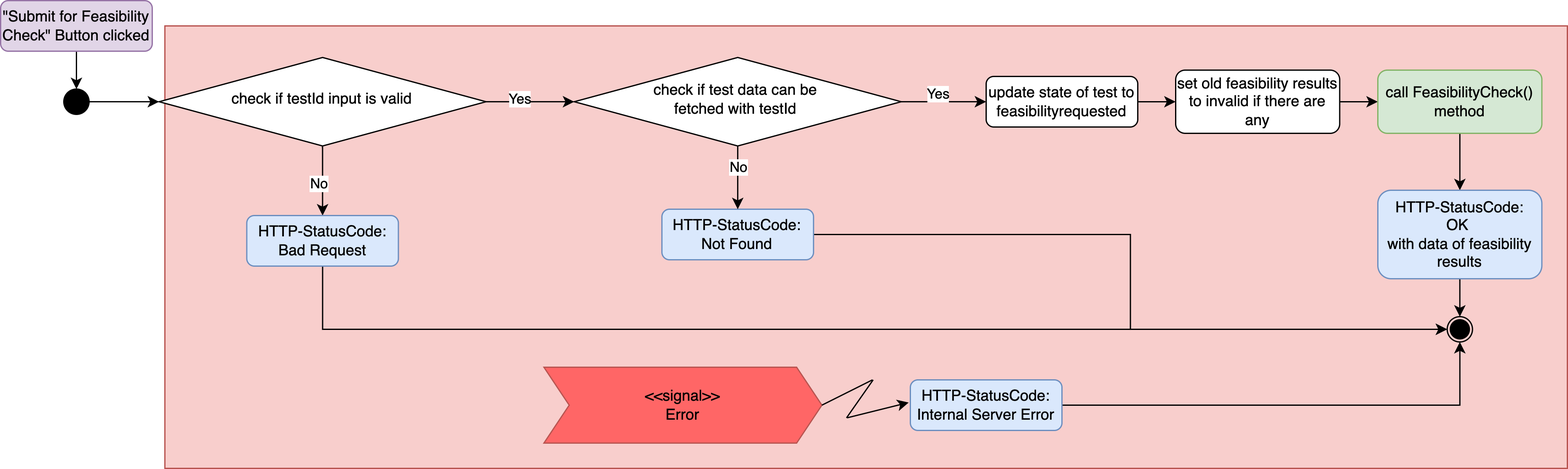
BenDektor/FeasibilityCheck keeps this draw.io diagram as bilder/flowchart-check-feasibility-http-call-6-2.png. Above is the earlier version. Source tidied: cells renumbered, new cells last; positions are measured from the earlier drawing's top-left corner, leaving out a move shared by most shapes.
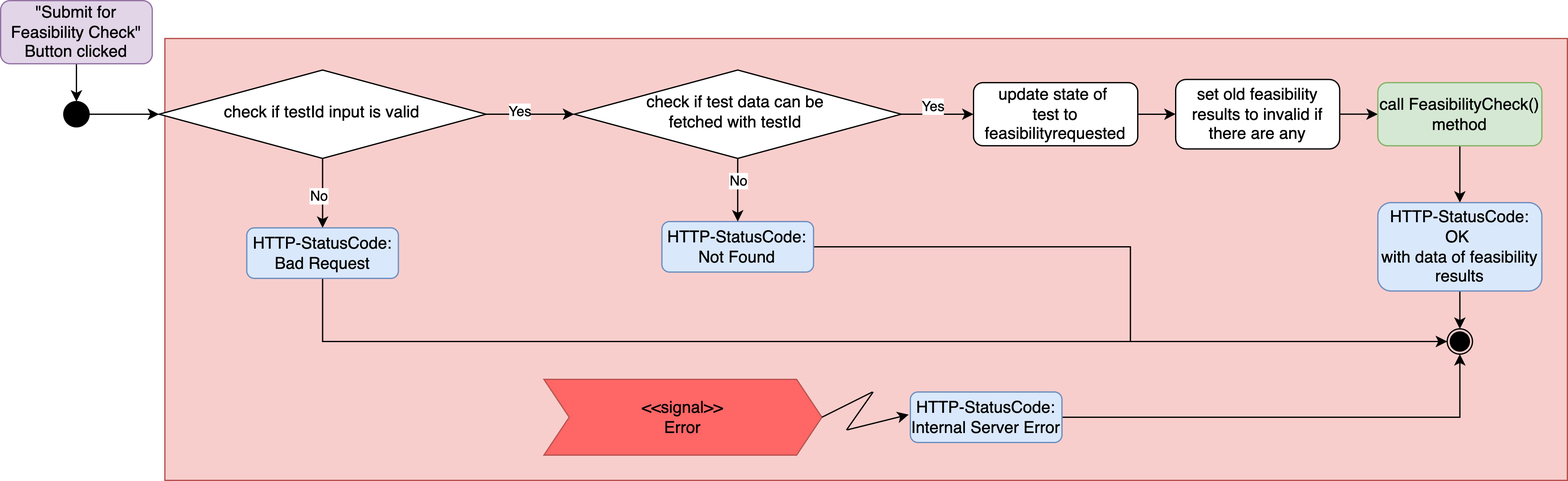
Above is the later version.

The edit, as a diff of the source:
```diff
@@ -8,8 +8,8 @@
     <mxCell id="3" style="edgeStyle=orthogonalEdgeStyle;rounded=0;jettySize=auto;html=1;" parent="1" edge="1" source="4" target="28">
       <mxGeometry relative="1" as="geometry" />
     </mxCell>
-    <mxCell id="4" value="&quot;Submit for Feasibility Check&quot; Button clicked" style="rounded=1;whiteSpace=wrap;html=1;fontSize=12;glass=0;strokeWidth=1;shadow=0;fillColor=#e1d5e7;strokeColor=#9673a6;" parent="1" vertex="1">
-      <mxGeometry width="120" height="40" as="geometry" />
+    <mxCell id="4" value="&lt;font style=&quot;font-size: 13px;&quot;&gt;&quot;Submit for Feasibility Check&quot; Button clicked&lt;/font&gt;" style="rounded=1;whiteSpace=wrap;html=1;fontSize=12;glass=0;strokeWidth=1;shadow=0;fillColor=#e1d5e7;strokeColor=#9673a6;" parent="1" vertex="1">
+      <mxGeometry y="-10" width="120" height="50" as="geometry" />
     </mxCell>
     <mxCell id="5" style="edgeStyle=orthogonalEdgeStyle;rounded=0;jettySize=auto;html=1;" parent="1" edge="1" source="9" target="20">
       <mxGeometry relative="1" as="geometry" />
@@ -23,7 +23,7 @@
     <mxCell id="8" value="No" style="edgeLabel;html=1;align=center;verticalAlign=middle;" parent="7" vertex="1">
       <mxGeometry x="0.08" y="-3" relative="1" as="geometry" />
     </mxCell>
-    <mxCell id="9" value="check if testId input is valid" style="rhombus;whiteSpace=wrap;html=1;shadow=0;fontFamily=Helvetica;fontSize=12;align=center;strokeWidth=1;spacing=6;spacingTop=-4;" parent="1" vertex="1">
+    <mxCell id="9" value="&lt;font style=&quot;font-size: 13px;&quot;&gt;check if testId input is valid&lt;/font&gt;" style="rhombus;whiteSpace=wrap;html=1;shadow=0;fontFamily=Helvetica;fontSize=12;align=center;strokeWidth=1;spacing=6;spacingTop=-4;" parent="1" vertex="1">
       <mxGeometry x="125.4" y="45" width="258.8" height="70" as="geometry" />
     </mxCell>
     <mxCell id="10" style="edgeStyle=orthogonalEdgeStyle;rounded=0;jettySize=auto;html=1;entryX=0;entryY=0.5;entryDx=0;entryDy=0;" parent="1" edge="1" source="11" target="30">
@@ -33,20 +33,20 @@
         </Array>
       </mxGeometry>
     </mxCell>
-    <mxCell id="11" value="HTTP-StatusCode: Bad Request" style="rounded=1;whiteSpace=wrap;html=1;fontSize=12;glass=0;strokeWidth=1;shadow=0;fillColor=#dae8fc;strokeColor=#6c8ebf;" parent="1" vertex="1">
+    <mxCell id="11" value="&lt;font style=&quot;font-size: 13px;&quot;&gt;HTTP-StatusCode: Bad Request&lt;/font&gt;" style="rounded=1;whiteSpace=wrap;html=1;fontSize=12;glass=0;strokeWidth=1;shadow=0;fillColor=#dae8fc;strokeColor=#6c8ebf;" parent="1" vertex="1">
       <mxGeometry x="194.8" y="170" width="120" height="40" as="geometry" />
     </mxCell>
     <mxCell id="12" style="edgeStyle=orthogonalEdgeStyle;rounded=0;jettySize=auto;html=1;entryX=0;entryY=0.5;entryDx=0;entryDy=0;" parent="1" edge="1" source="13" target="30">
       <mxGeometry relative="1" as="geometry" />
     </mxCell>
-    <mxCell id="13" value="HTTP-StatusCode: Not Found" style="rounded=1;whiteSpace=wrap;html=1;fontSize=12;glass=0;strokeWidth=1;shadow=0;fillColor=#dae8fc;strokeColor=#6c8ebf;" parent="1" vertex="1">
+    <mxCell id="13" value="&lt;font style=&quot;font-size: 13px;&quot;&gt;HTTP-StatusCode: Not Found&lt;/font&gt;" style="rounded=1;whiteSpace=wrap;html=1;fontSize=12;glass=0;strokeWidth=1;shadow=0;fillColor=#dae8fc;strokeColor=#6c8ebf;" parent="1" vertex="1">
       <mxGeometry x="523.4" y="165" width="120" height="40" as="geometry" />
     </mxCell>
     <mxCell id="14" style="edgeStyle=orthogonalEdgeStyle;rounded=0;jettySize=auto;html=1;" parent="1" edge="1" source="15" target="22">
       <mxGeometry relative="1" as="geometry" />
     </mxCell>
-    <mxCell id="15" value="update state of test to feasibilityrequested" style="rounded=1;whiteSpace=wrap;html=1;fontSize=12;glass=0;strokeWidth=1;shadow=0;" parent="1" vertex="1">
-      <mxGeometry x="780" y="60" width="120" height="40" as="geometry" />
+    <mxCell id="15" value="&lt;font style=&quot;font-size: 13px;&quot;&gt;update state of&amp;nbsp;&lt;/font&gt;&lt;div&gt;&lt;font style=&quot;font-size: 13px;&quot;&gt;test to feasibilityrequested&lt;/font&gt;&lt;/div&gt;" style="rounded=1;whiteSpace=wrap;html=1;fontSize=12;glass=0;strokeWidth=1;shadow=0;" parent="1" vertex="1">
+      <mxGeometry x="770" y="55" width="130" height="50" as="geometry" />
     </mxCell>
     <mxCell id="16" style="edgeStyle=orthogonalEdgeStyle;rounded=0;jettySize=auto;html=1;" parent="1" edge="1" source="20" target="13">
       <mxGeometry relative="1" as="geometry" />
@@ -60,25 +60,25 @@
     <mxCell id="19" value="Yes" style="edgeLabel;html=1;align=center;verticalAlign=middle;" parent="18" vertex="1">
       <mxGeometry x="-0.14" y="6" relative="1" as="geometry" />
     </mxCell>
-    <mxCell id="20" value="check if test data can be&amp;nbsp;&lt;div&gt;fetched with testId&amp;nbsp;&lt;/div&gt;" style="rhombus;whiteSpace=wrap;html=1;shadow=0;fontFamily=Helvetica;fontSize=12;align=center;strokeWidth=1;spacing=6;spacingTop=-4;" parent="1" vertex="1">
+    <mxCell id="20" value="&lt;font style=&quot;font-size: 13px;&quot;&gt;check if test data can be&amp;nbsp;&lt;/font&gt;&lt;div&gt;&lt;font style=&quot;font-size: 13px;&quot;&gt;fetched with testId&amp;nbsp;&lt;/font&gt;&lt;/div&gt;" style="rhombus;whiteSpace=wrap;html=1;shadow=0;fontFamily=Helvetica;fontSize=12;align=center;strokeWidth=1;spacing=6;spacingTop=-4;" parent="1" vertex="1">
       <mxGeometry x="454" y="45" width="258.8" height="70" as="geometry" />
     </mxCell>
     <mxCell id="21" style="edgeStyle=orthogonalEdgeStyle;rounded=0;jettySize=auto;html=1;" parent="1" edge="1" source="22" target="24">
       <mxGeometry relative="1" as="geometry" />
     </mxCell>
-    <mxCell id="22" value="set old feasibility results to invalid if there are any" style="rounded=1;whiteSpace=wrap;html=1;fontSize=12;glass=0;strokeWidth=1;shadow=0;" parent="1" vertex="1">
-      <mxGeometry x="930" y="55" width="129.8" height="50" as="geometry" />
+    <mxCell id="22" value="&lt;font style=&quot;font-size: 13px;&quot;&gt;set old feasibility results to invalid if there are any&lt;/font&gt;" style="rounded=1;whiteSpace=wrap;html=1;fontSize=12;glass=0;strokeWidth=1;shadow=0;" parent="1" vertex="1">
+      <mxGeometry x="930" y="52.4" width="129.8" height="55" as="geometry" />
     </mxCell>
     <mxCell id="23" style="edgeStyle=orthogonalEdgeStyle;rounded=0;jettySize=auto;html=1;" parent="1" edge="1" source="24" target="26">
       <mxGeometry relative="1" as="geometry" />
     </mxCell>
-    <mxCell id="24" value="call FeasibilityCheck() method" style="rounded=1;whiteSpace=wrap;html=1;fontSize=12;glass=0;strokeWidth=1;shadow=0;fillColor=#d5e8d4;strokeColor=#82b366;" parent="1" vertex="1">
+    <mxCell id="24" value="&lt;font style=&quot;font-size: 13px;&quot;&gt;call FeasibilityCheck() method&lt;/font&gt;" style="rounded=1;whiteSpace=wrap;html=1;fontSize=12;glass=0;strokeWidth=1;shadow=0;fillColor=#d5e8d4;strokeColor=#82b366;" parent="1" vertex="1">
       <mxGeometry x="1090" y="55" width="129.8" height="50" as="geometry" />
     </mxCell>
     <mxCell id="25" style="edgeStyle=orthogonalEdgeStyle;rounded=0;jettySize=auto;html=1;" parent="1" edge="1" source="26" target="30">
       <mxGeometry relative="1" as="geometry" />
     </mxCell>
-    <mxCell id="26" value="HTTP-StatusCode:&lt;br&gt;OK&amp;nbsp;&lt;br&gt;with data of feasibility results" style="rounded=1;whiteSpace=wrap;html=1;fontSize=12;glass=0;strokeWidth=1;shadow=0;fillColor=#dae8fc;strokeColor=#6c8ebf;" parent="1" vertex="1">
+    <mxCell id="26" value="&lt;font style=&quot;font-size: 13px;&quot;&gt;HTTP-StatusCode:&lt;br&gt;OK&amp;nbsp;&lt;br&gt;with data of feasibility results&lt;/font&gt;" style="rounded=1;whiteSpace=wrap;html=1;fontSize=12;glass=0;strokeWidth=1;shadow=0;fillColor=#dae8fc;strokeColor=#6c8ebf;" parent="1" vertex="1">
       <mxGeometry x="1090" y="150" width="129.8" height="70" as="geometry" />
     </mxCell>
     <mxCell id="27" style="edgeStyle=orthogonalEdgeStyle;rounded=0;jettySize=auto;html=1;" parent="1" edge="1" source="28" target="9">
@@ -93,13 +93,13 @@
     <mxCell id="30" style="ellipse;whiteSpace=wrap;html=1;fillColor=none;" parent="1" vertex="1">
       <mxGeometry x="1144.9" y="250" width="20" height="20" as="geometry" />
     </mxCell>
-    <mxCell id="31" value="&amp;lt;&amp;lt;signal&amp;gt;&amp;gt;&lt;br&gt;Error" style="shape=step;perimeter=stepPerimeter;whiteSpace=wrap;html=1;fixedSize=1;fillColor=#FF6666;strokeColor=#b85450;" parent="1" vertex="1">
+    <mxCell id="31" value="&lt;font style=&quot;font-size: 13px;&quot;&gt;&amp;lt;&amp;lt;signal&amp;gt;&amp;gt;&lt;br&gt;Error&lt;/font&gt;" style="shape=step;perimeter=stepPerimeter;whiteSpace=wrap;html=1;fixedSize=1;fillColor=#FF6666;strokeColor=#b85450;" parent="1" vertex="1">
       <mxGeometry x="430" y="290" width="220" height="60" as="geometry" />
     </mxCell>
     <mxCell id="32" style="edgeStyle=orthogonalEdgeStyle;rounded=0;jettySize=auto;html=1;entryX=0.5;entryY=1;entryDx=0;entryDy=0;" parent="1" edge="1" source="33" target="30">
       <mxGeometry relative="1" as="geometry" />
     </mxCell>
-    <mxCell id="33" value="HTTP-StatusCode: Internal Server Error" style="rounded=1;whiteSpace=wrap;html=1;fontSize=12;glass=0;strokeWidth=1;shadow=0;fillColor=#dae8fc;strokeColor=#6c8ebf;" parent="1" vertex="1">
+    <mxCell id="33" value="&lt;font style=&quot;font-size: 13px;&quot;&gt;HTTP-StatusCode: Internal Server Error&lt;/font&gt;" style="rounded=1;whiteSpace=wrap;html=1;fontSize=12;glass=0;strokeWidth=1;shadow=0;fillColor=#dae8fc;strokeColor=#6c8ebf;" parent="1" vertex="1">
       <mxGeometry x="720" y="300" width="120" height="40" as="geometry" />
     </mxCell>
     <mxCell id="34" style="endArrow=none;html=1;rounded=0;" parent="1" edge="1">
```
